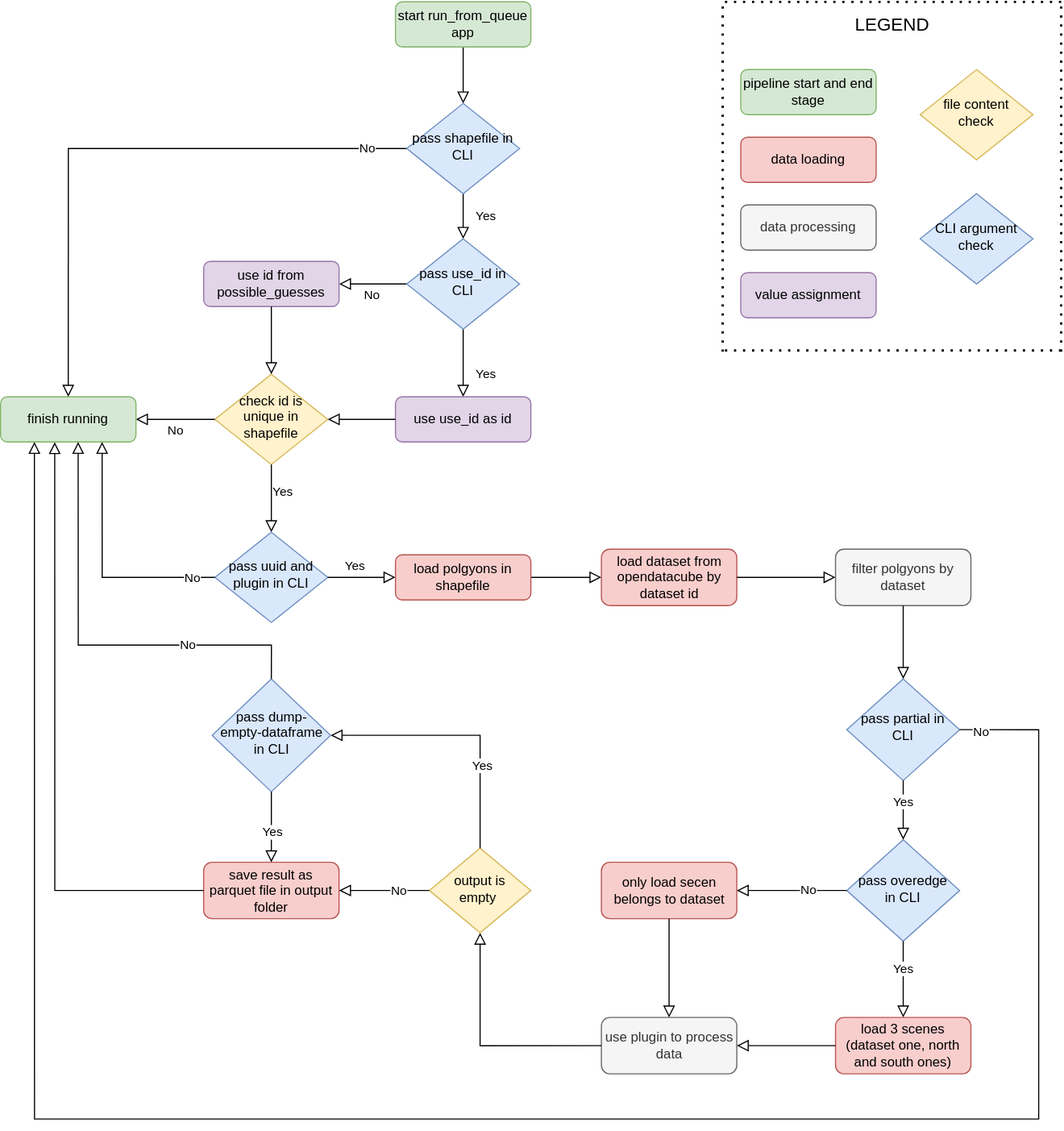
GeoscienceAustralia/dea-conflux keeps this draw.io diagram as doc/dea-conflux-control-flow-local.svg. Above is the earlier version. Source tidied: cells renumbered, new cells last; positions are measured from the earlier drawing's top-left corner, leaving out a move shared by most shapes.
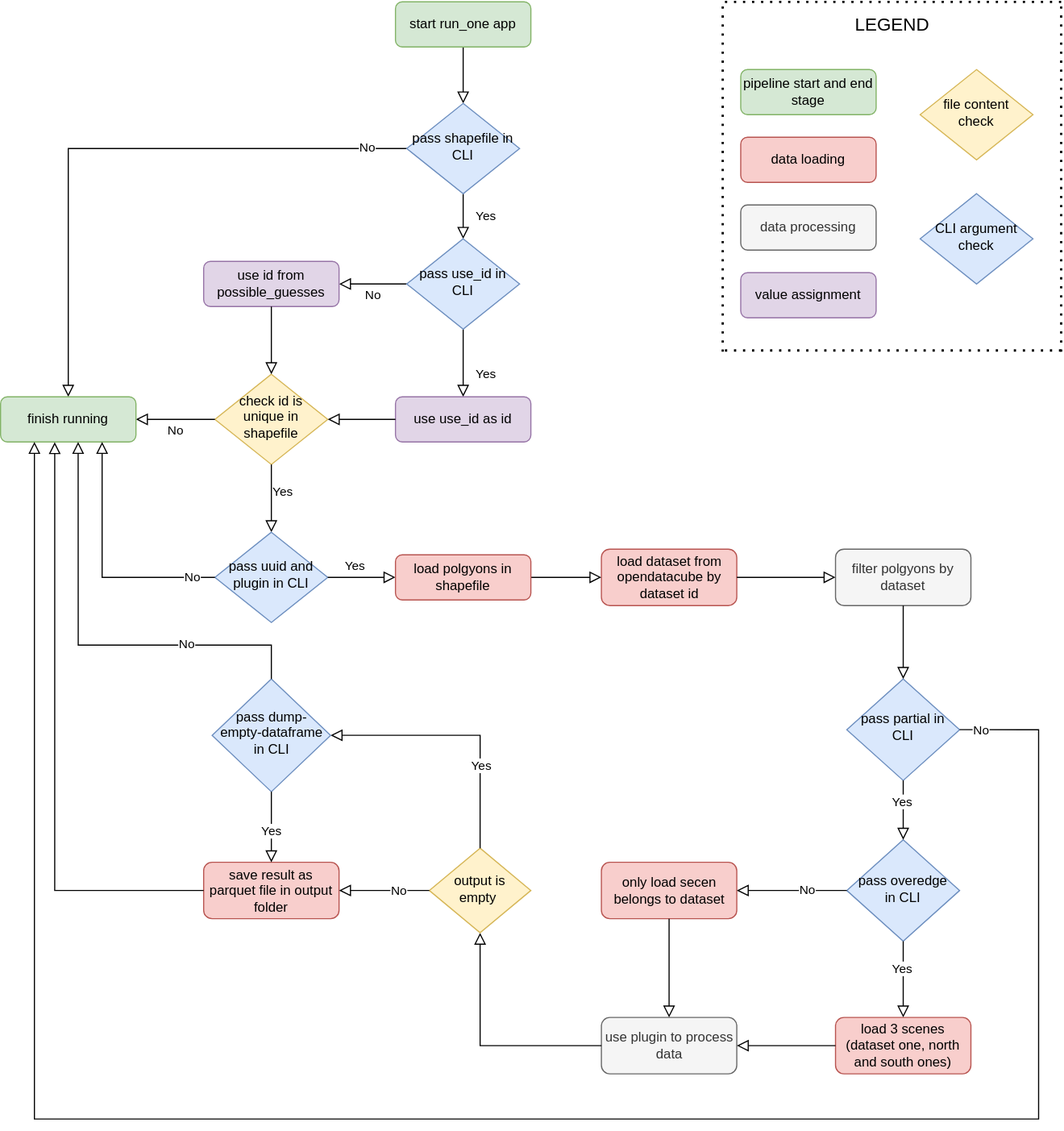
After the commit.

Commit message:
Update the run_one chart to correct text

The edit, as a diff of the source:
```diff
@@ -5,7 +5,7 @@
     <mxCell id="2" style="rounded=0;html=1;jettySize=auto;fontSize=11;endArrow=block;endFill=0;endSize=8;strokeWidth=1;shadow=0;labelBackgroundColor=none;edgeStyle=orthogonalEdgeStyle;" parent="1" edge="1" source="3" target="7">
       <mxGeometry relative="1" as="geometry" />
     </mxCell>
-    <mxCell id="3" value="start run_from_queue app" style="rounded=1;whiteSpace=wrap;html=1;fontSize=12;glass=0;strokeWidth=1;shadow=0;fillColor=#d5e8d4;strokeColor=#82b366;" parent="1" vertex="1">
+    <mxCell id="3" value="start run_one app" style="rounded=1;whiteSpace=wrap;html=1;fontSize=12;glass=0;strokeWidth=1;shadow=0;fillColor=#d5e8d4;strokeColor=#82b366;" parent="1" vertex="1">
       <mxGeometry x="350" width="120" height="40" as="geometry" />
     </mxCell>
     <mxCell id="4" value="Yes" style="rounded=0;html=1;jettySize=auto;fontSize=11;endArrow=block;endFill=0;endSize=8;strokeWidth=1;shadow=0;labelBackgroundColor=none;edgeStyle=orthogonalEdgeStyle;" parent="1" edge="1" source="7" target="10">
```
